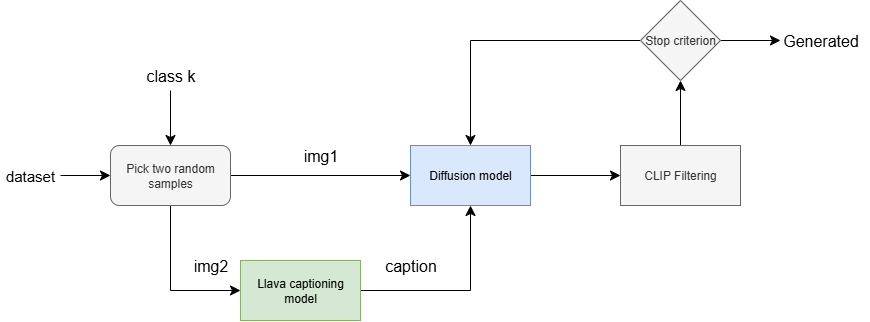
Before: report_diagrams/generative_pipeline.png, a diagram exported from draw.io (Frasor2002/DL_Project). Source tidied: cells renumbered, new cells last; positions are measured from the earlier drawing's top-left corner, leaving out a move shared by most shapes.
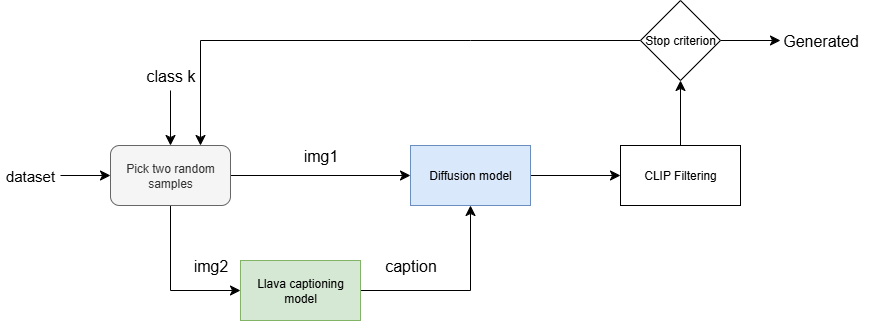
The same diagram one commit later.

Change to the diagram source:
```diff
@@ -60,7 +60,7 @@
     <mxCell id="16" style="edgeStyle=none;curved=1;rounded=0;jettySize=auto;html=1;fontSize=12;startSize=8;endSize=8;entryX=0.5;entryY=1;entryDx=0;entryDy=0;" parent="1" edge="1" source="17" target="20">
       <mxGeometry relative="1" as="geometry" />
     </mxCell>
-    <mxCell id="17" value="CLIP Filtering" style="rounded=0;whiteSpace=wrap;html=1;fillColor=#f5f5f5;fontColor=#333333;strokeColor=#666666;" parent="1" vertex="1">
+    <mxCell id="17" value="CLIP Filtering" style="rounded=0;whiteSpace=wrap;html=1;" parent="1" vertex="1">
       <mxGeometry x="620" y="145" width="120" height="60" as="geometry" />
     </mxCell>
     <mxCell id="18" style="edgeStyle=none;curved=1;rounded=0;jettySize=auto;html=1;fontSize=12;startSize=8;endSize=8;" parent="1" edge="1" source="20">
@@ -68,14 +68,15 @@
         <mxPoint x="780" y="40" as="targetPoint" />
       </mxGeometry>
     </mxCell>
-    <mxCell id="19" style="edgeStyle=none;curved=0;rounded=0;jettySize=auto;html=1;entryX=0.5;entryY=0;entryDx=0;entryDy=0;fontSize=12;startSize=8;endSize=8;" parent="1" edge="1" source="20" target="12">
+    <mxCell id="19" style="edgeStyle=none;curved=0;rounded=0;jettySize=auto;html=1;entryX=0.75;entryY=0;entryDx=0;entryDy=0;fontSize=12;startSize=8;endSize=8;" parent="1" edge="1" source="20" target="6">
       <mxGeometry relative="1" as="geometry">
         <Array as="points">
           <mxPoint x="470" y="40" />
+          <mxPoint x="200" y="40" />
         </Array>
       </mxGeometry>
     </mxCell>
-    <mxCell id="20" value="Stop criterion" style="rhombus;whiteSpace=wrap;html=1;fillColor=#f5f5f5;fontColor=#333333;strokeColor=#666666;" parent="1" vertex="1">
+    <mxCell id="20" value="Stop criterion" style="rhombus;whiteSpace=wrap;html=1;" parent="1" vertex="1">
       <mxGeometry x="640" width="80" height="80" as="geometry" />
     </mxCell>
     <mxCell id="21" value="Generated" style="text;html=1;align=center;verticalAlign=middle;strokeColor=none;fillColor=none;fontSize=16;" parent="1" vertex="1">
```
